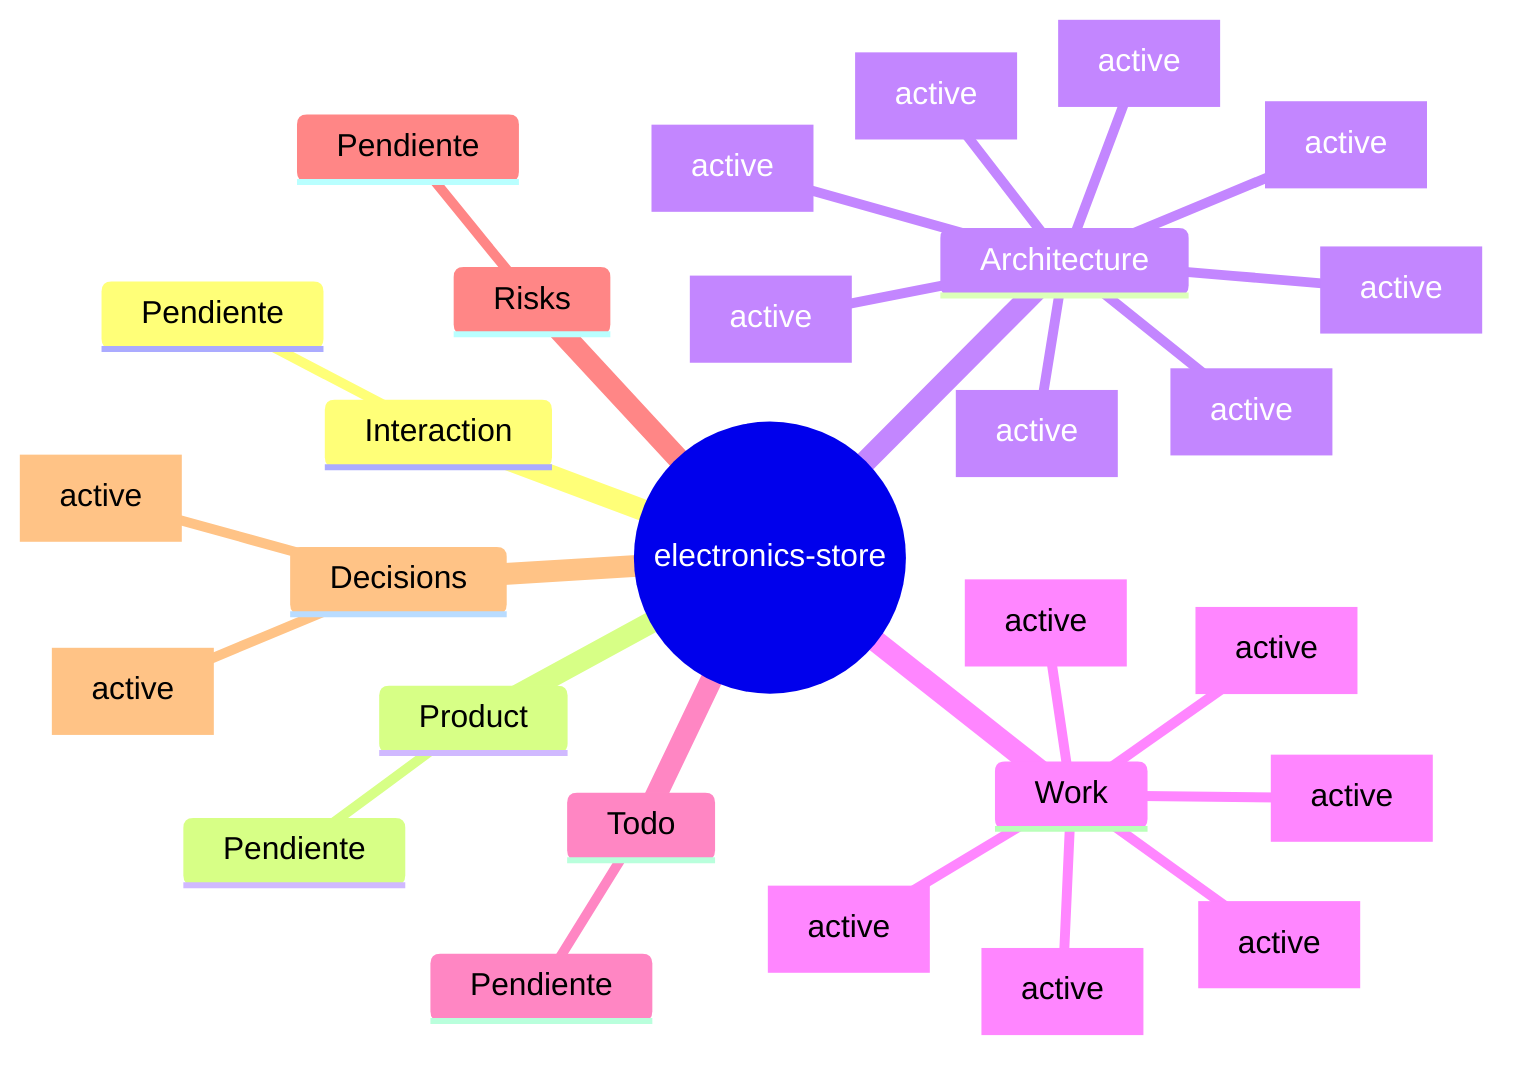
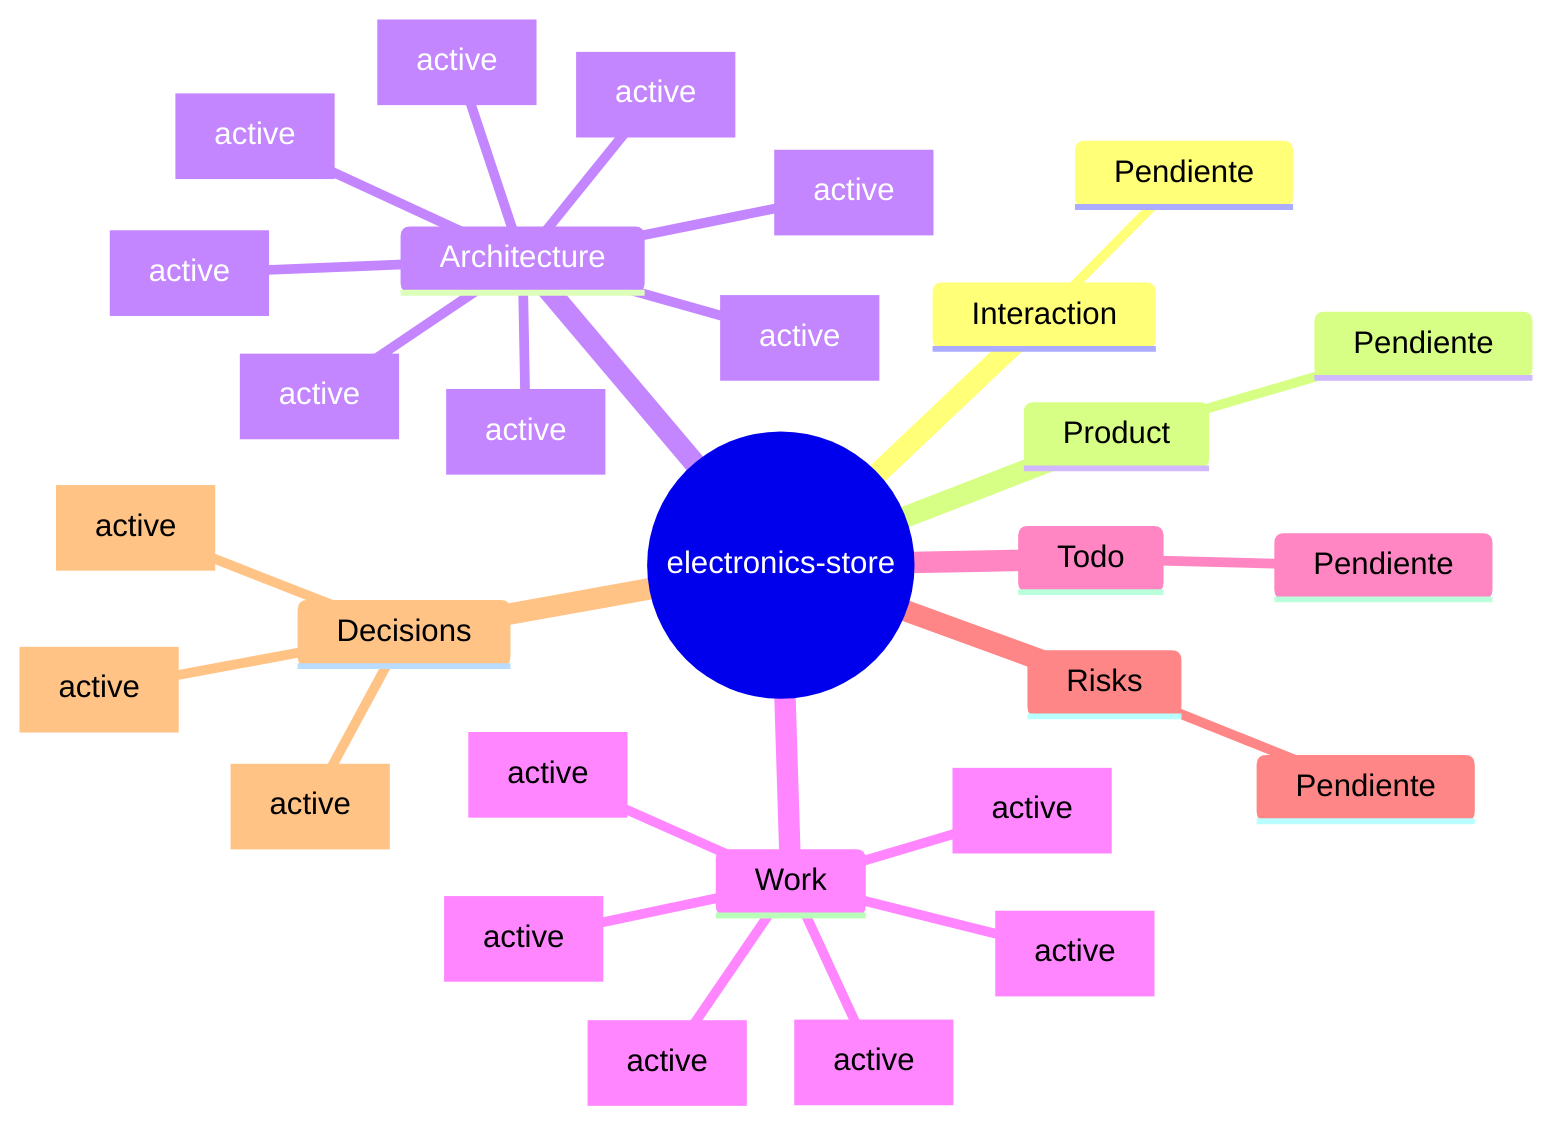
mindmap
  root((electronics-store))
    Interaction
      Pendiente
    Product
      Pendiente
    Architecture
      .env [active]
      .env.example [active]
      .gitignore [active]
      AGENTS.md [active]
      CLAUDE.md [active]
      README.md [active]
      eslint.config.mjs [active]
      middleware.ts [active]
    Work
      Google store admin access [active]
      Store security and caching pass [active]
      Electronics inventory research shortlist [active]
      Landing hero trust imagery [active]
      Updated family storefront hero image [active]
      Updated storefront hero image order [active]
    Todo
      Pendiente
    Risks
      Pendiente
    Decisions
      Landing hero image rotation [active]
      Official Nubel Store logo assets [active]
+       Official SVG logo source [active]
